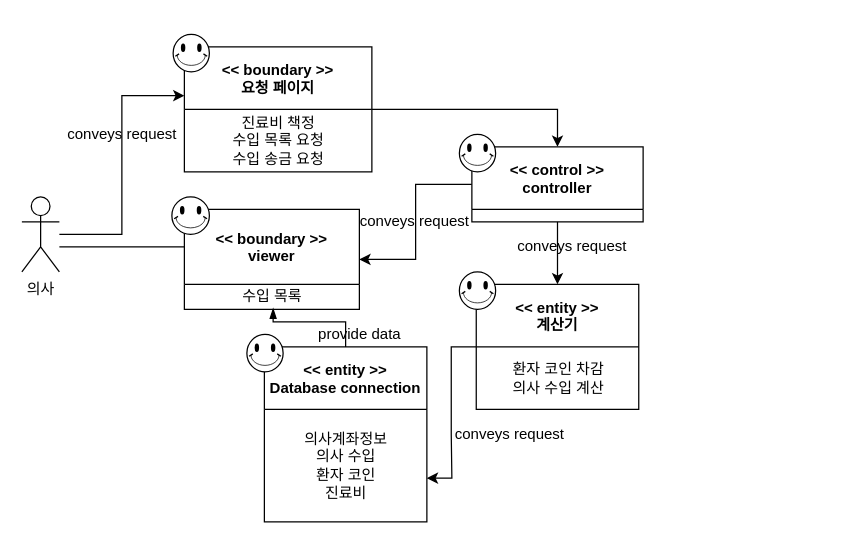
The draw.io diagram doctor/Domain model/UC4.drawio in yhb1834/Smart-Health-Prediction-System, before the edit. Source tidied: cells renumbered, new cells numbered last; positions are measured from the earlier drawing's top-left corner, leaving out a move shared by most shapes. Both pictures are drawn from the tidied source at 125%, with x=0, y=0 at pixel (21, 34).
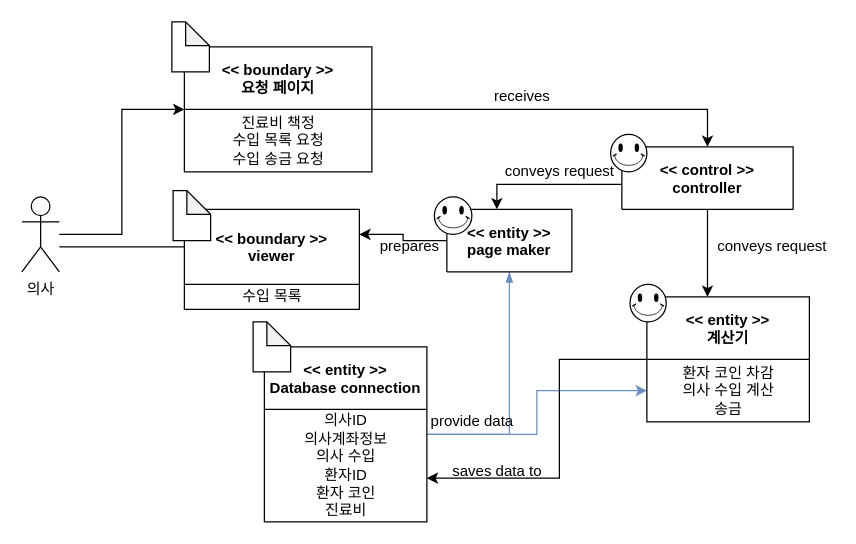
The same diagram, later.

Unchanged cells that the change refers to:
```xml
<mxCell id="3" value="의사" style="shape=umlActor;verticalLabelPosition=bottom;verticalAlign=top;html=1;outlineConnect=0;" parent="1" vertex="1">
  <mxGeometry y="130" width="30" height="60" as="geometry" />
</mxCell>
<mxCell id="8" value="&lt;&lt; entity &gt;&gt;&#10;Database connection" style="swimlane;startSize=50;" parent="1" vertex="1">
  <mxGeometry x="194" y="250" width="130" height="140" as="geometry" />
</mxCell>
<mxCell id="16" value="&lt;&lt; boundary &gt;&gt;&#10;요청 페이지" style="swimlane;startSize=50;" parent="1" vertex="1">
  <mxGeometry x="130" y="10" width="150" height="100" as="geometry" />
</mxCell>
<mxCell id="20" value="&lt;&lt; boundary &gt;&gt;&#10;viewer" style="swimlane;startSize=60;" parent="1" vertex="1">
  <mxGeometry x="130" y="140" width="140" height="80" as="geometry" />
</mxCell>
<mxCell id="21" value="수입 목록" style="text;html=1;align=center;verticalAlign=middle;points=[];strokeColor=none;" parent="20" vertex="1">
  <mxGeometry x="40" y="60" width="60" height="20" as="geometry" />
</mxCell>
```

Change to the diagram source:
```diff
@@
-    <mxCell id="2" style="edgeStyle=orthogonalEdgeStyle;rounded=0;jettySize=auto;html=1;entryX=0;entryY=0.39;entryDx=0;entryDy=0;entryPerimeter=0;" parent="1" edge="1" source="3" target="16">
+    <mxCell id="2" style="edgeStyle=orthogonalEdgeStyle;rounded=0;jettySize=auto;html=1;entryX=0;entryY=0.5;entryDx=0;entryDy=0;" parent="1" edge="1" source="3" target="16">
       <mxGeometry relative="1" as="geometry" />
     </mxCell>
@@
-    <mxCell id="4" style="edgeStyle=orthogonalEdgeStyle;rounded=0;jettySize=auto;html=1;" parent="1" edge="1" source="6">
+    <mxCell id="4" style="edgeStyle=orthogonalEdgeStyle;rounded=0;jettySize=auto;html=1;" parent="1" edge="1" source="6" target="12">
       <mxGeometry relative="1" as="geometry">
-        <mxPoint x="428.5" y="200" as="targetPoint" />
+        <Array as="points">
+          <mxPoint x="549" y="210" />
+          <mxPoint x="549" y="210" />
+        </Array>
       </mxGeometry>
     </mxCell>
-    <mxCell id="5" style="edgeStyle=orthogonalEdgeStyle;rounded=0;jettySize=auto;html=1;" parent="1" edge="1" source="6" target="20">
-      <mxGeometry relative="1" as="geometry" />
+    <mxCell id="5" style="edgeStyle=orthogonalEdgeStyle;rounded=0;jettySize=auto;html=1;" parent="1" edge="1" source="6" target="35">
+      <mxGeometry relative="1" as="geometry">
+        <Array as="points">
+          <mxPoint x="380" y="120" />
+        </Array>
+      </mxGeometry>
     </mxCell>
     <mxCell id="6" value="&lt;&lt; control &gt;&gt;&#10;controller" style="swimlane;startSize=50;" parent="1" vertex="1">
-      <mxGeometry x="360" y="90" width="137" height="60" as="geometry" />
+      <mxGeometry x="480" y="90" width="137" height="50" as="geometry" />
     </mxCell>
+    <mxCell id="23" style="verticalLabelPosition=bottom;verticalAlign=top;html=1;shape=mxgraph.basic.smiley;" parent="6" vertex="1">
+      <mxGeometry x="-9" y="-10" width="29" height="30" as="geometry" />
+    </mxCell>
-    <mxCell id="7" style="edgeStyle=orthogonalEdgeStyle;rounded=0;jettySize=auto;html=1;entryX=0.517;entryY=0.95;entryDx=0;entryDy=0;entryPerimeter=0;endArrow=blockThin;endFill=1;" parent="1" edge="1" source="8" target="21">
+    <mxCell id="7" style="edgeStyle=orthogonalEdgeStyle;rounded=0;jettySize=auto;html=1;entryX=0.5;entryY=1;entryDx=0;entryDy=0;endArrow=blockThin;endFill=1;fillColor=#dae8fc;strokeColor=#6c8ebf;" parent="1" edge="1" source="8" target="35">
       <mxGeometry relative="1" as="geometry" />
     </mxCell>
+    <mxCell id="29" style="edgeStyle=orthogonalEdgeStyle;rounded=0;jettySize=auto;html=1;entryX=0;entryY=0.75;entryDx=0;entryDy=0;fillColor=#dae8fc;strokeColor=#6c8ebf;" parent="1" edge="1" source="8" target="12">
+      <mxGeometry relative="1" as="geometry" />
+    </mxCell>
@@
-    <mxCell id="9" value="의사계좌정보&lt;br&gt;의사 수입&lt;br&gt;환자 코인&lt;br&gt;진료비" style="text;html=1;align=center;verticalAlign=middle;strokeColor=none;" parent="8" vertex="1">
-      <mxGeometry x="25" y="65" width="80" height="60" as="geometry" />
+    <mxCell id="9" value="의사ID&lt;br&gt;의사계좌정보&lt;br&gt;의사 수입&lt;br&gt;환자ID&lt;br&gt;환자 코인&lt;br&gt;진료비" style="text;html=1;align=center;verticalAlign=middle;strokeColor=none;" parent="8" vertex="1">
+      <mxGeometry x="25" y="50" width="80" height="90" as="geometry" />
     </mxCell>
-    <mxCell id="10" style="verticalLabelPosition=bottom;verticalAlign=top;html=1;shape=mxgraph.basic.smiley;" parent="8" vertex="1">
-      <mxGeometry x="-14" y="-10" width="29" height="30" as="geometry" />
-    </mxCell>
+    <mxCell id="30" style="shape=note;whiteSpace=wrap;html=1;backgroundOutline=1;darkOpacity=0.05;size=19;" parent="8" vertex="1">
+      <mxGeometry x="-9" y="-20" width="30" height="40" as="geometry" />
+    </mxCell>
     <mxCell id="11" style="edgeStyle=orthogonalEdgeStyle;rounded=0;jettySize=auto;html=1;entryX=1;entryY=0.75;entryDx=0;entryDy=0;" parent="1" edge="1" source="12" target="8">
-      <mxGeometry relative="1" as="geometry" />
+      <mxGeometry relative="1" as="geometry">
+        <Array as="points">
+          <mxPoint x="430" y="260" />
+          <mxPoint x="430" y="355" />
+        </Array>
+      </mxGeometry>
     </mxCell>
     <mxCell id="12" value="&lt;&lt; entity &gt;&gt;&#10;계산기" style="swimlane;startSize=50;" parent="1" vertex="1">
-      <mxGeometry x="363.5" y="200" width="130" height="100" as="geometry" />
+      <mxGeometry x="500" y="210" width="130" height="100" as="geometry" />
     </mxCell>
-    <mxCell id="13" value="환자 코인 차감&lt;br&gt;의사 수입 계산" style="text;html=1;align=center;verticalAlign=middle;strokeColor=none;" parent="12" vertex="1">
-      <mxGeometry x="25" y="60" width="80" height="30" as="geometry" />
+    <mxCell id="13" value="환자 코인 차감&lt;br&gt;의사 수입 계산&lt;br&gt;송금" style="text;html=1;align=center;verticalAlign=middle;strokeColor=none;" parent="12" vertex="1">
+      <mxGeometry x="25" y="50" width="80" height="50" as="geometry" />
     </mxCell>
@@
-    <mxCell id="18" style="verticalLabelPosition=bottom;verticalAlign=top;html=1;shape=mxgraph.basic.smiley;" parent="16" vertex="1">
-      <mxGeometry x="-9" y="-10" width="29" height="30" as="geometry" />
-    </mxCell>
+    <mxCell id="31" style="shape=note;whiteSpace=wrap;html=1;backgroundOutline=1;darkOpacity=0.05;size=19;" parent="16" vertex="1">
+      <mxGeometry x="-10" y="-20" width="30" height="40" as="geometry" />
+    </mxCell>
@@
-    <mxCell id="22" style="verticalLabelPosition=bottom;verticalAlign=top;html=1;shape=mxgraph.basic.smiley;" parent="20" vertex="1">
-      <mxGeometry x="-10" y="-10" width="30" height="30" as="geometry" />
-    </mxCell>
-    <mxCell id="23" style="verticalLabelPosition=bottom;verticalAlign=top;html=1;shape=mxgraph.basic.smiley;" parent="1" vertex="1">
-      <mxGeometry x="350" y="80" width="29" height="30" as="geometry" />
-    </mxCell>
+    <mxCell id="32" style="shape=note;whiteSpace=wrap;html=1;backgroundOutline=1;darkOpacity=0.05;size=19;" parent="20" vertex="1">
+      <mxGeometry x="-9" y="-15" width="30" height="40" as="geometry" />
+    </mxCell>
     <mxCell id="24" value="conveys request" style="text;html=1;align=center;verticalAlign=middle;strokeColor=none;" parent="1" vertex="1">
-      <mxGeometry x="390" y="160" width="100" height="20" as="geometry" />
+      <mxGeometry x="550" y="160" width="100" height="20" as="geometry" />
     </mxCell>
     <mxCell id="25" value="conveys request" style="text;html=1;align=center;verticalAlign=middle;strokeColor=none;" parent="1" vertex="1">
-      <mxGeometry x="263.5" y="140" width="100" height="20" as="geometry" />
+      <mxGeometry x="380" y="100" width="100" height="20" as="geometry" />
     </mxCell>
-    <mxCell id="26" value="conveys request" style="text;html=1;align=center;verticalAlign=middle;strokeColor=none;" parent="1" vertex="1">
-      <mxGeometry x="30" y="70" width="100" height="20" as="geometry" />
-    </mxCell>
     <mxCell id="27" value="provide data" style="text;html=1;align=center;verticalAlign=middle;strokeColor=none;" parent="1" vertex="1">
-      <mxGeometry x="230" y="230" width="80" height="20" as="geometry" />
+      <mxGeometry x="320" y="300" width="80" height="20" as="geometry" />
     </mxCell>
-    <mxCell id="28" value="conveys request" style="text;html=1;align=center;verticalAlign=middle;strokeColor=none;" parent="1" vertex="1">
-      <mxGeometry x="340" y="310" width="100" height="20" as="geometry" />
+    <mxCell id="28" value="saves data to" style="text;html=1;align=center;verticalAlign=middle;strokeColor=none;" parent="1" vertex="1">
+      <mxGeometry x="335" y="340" width="90" height="20" as="geometry" />
     </mxCell>
+    <mxCell id="33" value="receives" style="text;html=1;align=center;verticalAlign=middle;strokeColor=none;" parent="1" vertex="1">
+      <mxGeometry x="370" y="40" width="60" height="20" as="geometry" />
+    </mxCell>
+    <mxCell id="34" style="edgeStyle=orthogonalEdgeStyle;rounded=0;jettySize=auto;html=1;entryX=1;entryY=0.25;entryDx=0;entryDy=0;" parent="1" edge="1" source="35" target="20">
+      <mxGeometry relative="1" as="geometry" />
+    </mxCell>
+    <mxCell id="35" value="&lt;&lt; entity &gt;&gt;&#10;page maker" style="swimlane;startSize=50;" parent="1" vertex="1">
+      <mxGeometry x="340" y="140" width="100" height="50" as="geometry" />
+    </mxCell>
+    <mxCell id="22" style="verticalLabelPosition=bottom;verticalAlign=top;html=1;shape=mxgraph.basic.smiley;" parent="35" vertex="1">
+      <mxGeometry x="-10" y="-10" width="30" height="30" as="geometry" />
+    </mxCell>
+    <mxCell id="36" value="prepares" style="text;html=1;align=center;verticalAlign=middle;strokeColor=none;" parent="1" vertex="1">
+      <mxGeometry x="280" y="160" width="60" height="20" as="geometry" />
+    </mxCell>
```
